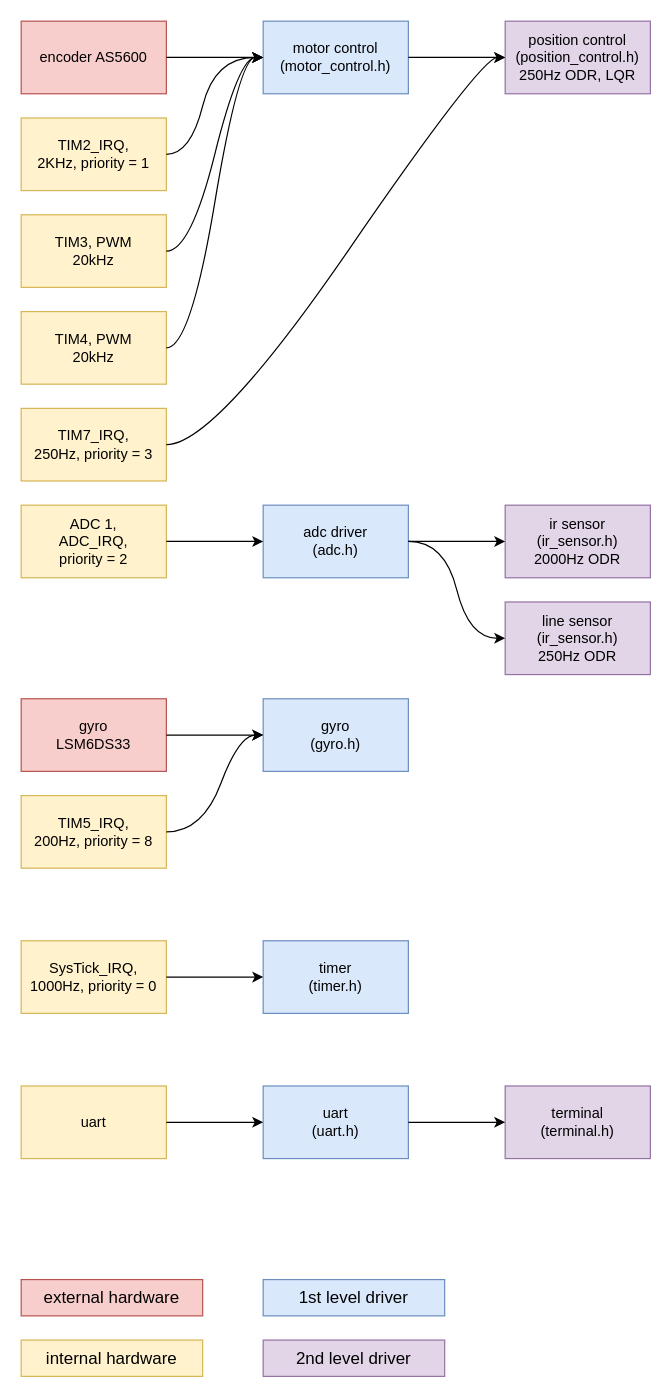
michalnand/motoko_ice_dragon keeps this draw.io diagram as doc/diagrams/sw_architecture.drawio. Above is the earlier version. Source tidied: cells renumbered, new cells numbered last; positions are measured from the earlier drawing's top-left corner, leaving out a move shared by most shapes. Both pictures are drawn from the tidied source at 121%, with x=0, y=0 at pixel (21, 21).
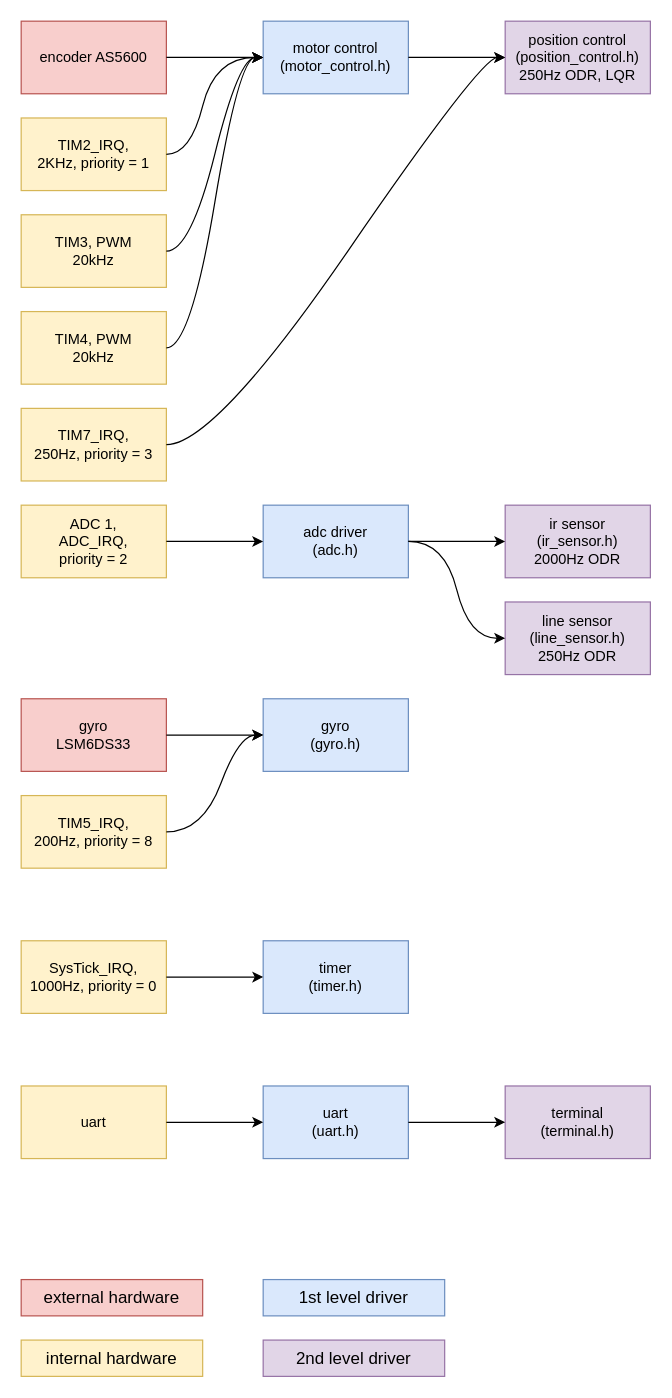
The same page after the edit.

Diff of the diagram source:
```diff
@@
-    <mxCell id="11" value="line sensor&lt;br&gt;(ir_sensor.h)&lt;br&gt;250Hz ODR" style="rounded=0;whiteSpace=wrap;html=1;fillColor=#e1d5e7;strokeColor=#9673a6;" parent="1" vertex="1">
+    <mxCell id="11" value="line sensor&lt;br&gt;(line_sensor.h)&lt;br&gt;250Hz ODR" style="rounded=0;whiteSpace=wrap;html=1;fillColor=#e1d5e7;strokeColor=#9673a6;" parent="1" vertex="1">
       <mxGeometry x="400" y="480" width="120" height="60" as="geometry" />
     </mxCell>
```
